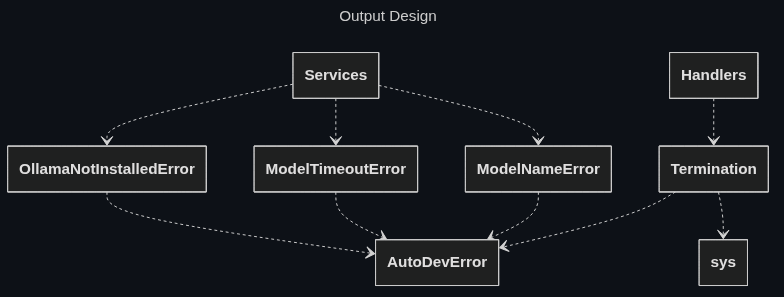
Earlier version of the Mermaid export docs/assets/mermaid/error.png (Oldranda1414/AutoDev). Its source is kept beside it as docs/assets/src/error.mmd.
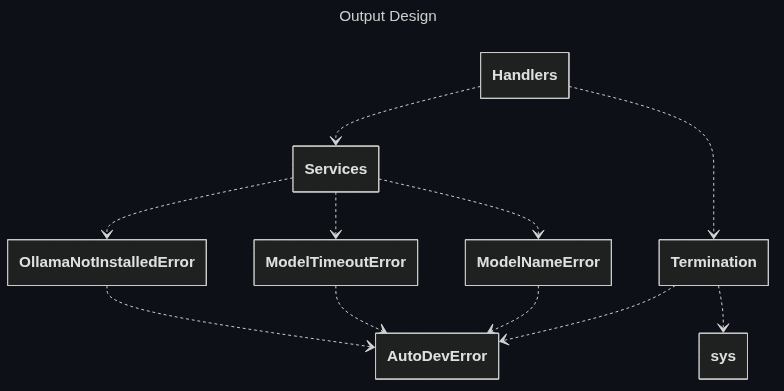
The same diagram one commit later.

Commit message:
docs: improve error class diagram

The edit, as a diff of the source:
```diff
@@ -18,3 +18,4 @@
     Termination ..> sys
 
     Handlers ..> Termination
+    Handlers ..> Services
```
